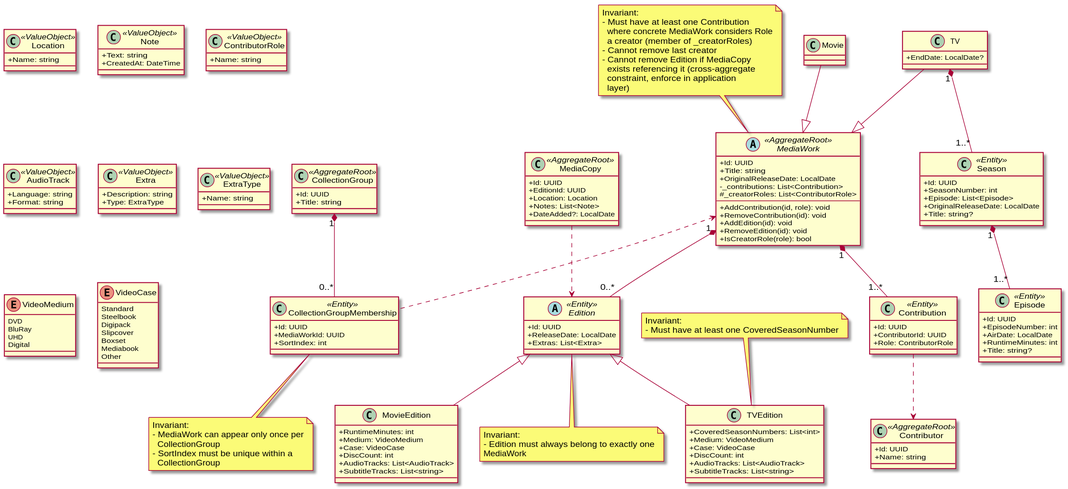
This is docs/diagrams/domain/domain-all.svg from yantue/colleq, a PlantUML export, as it was before one commit.
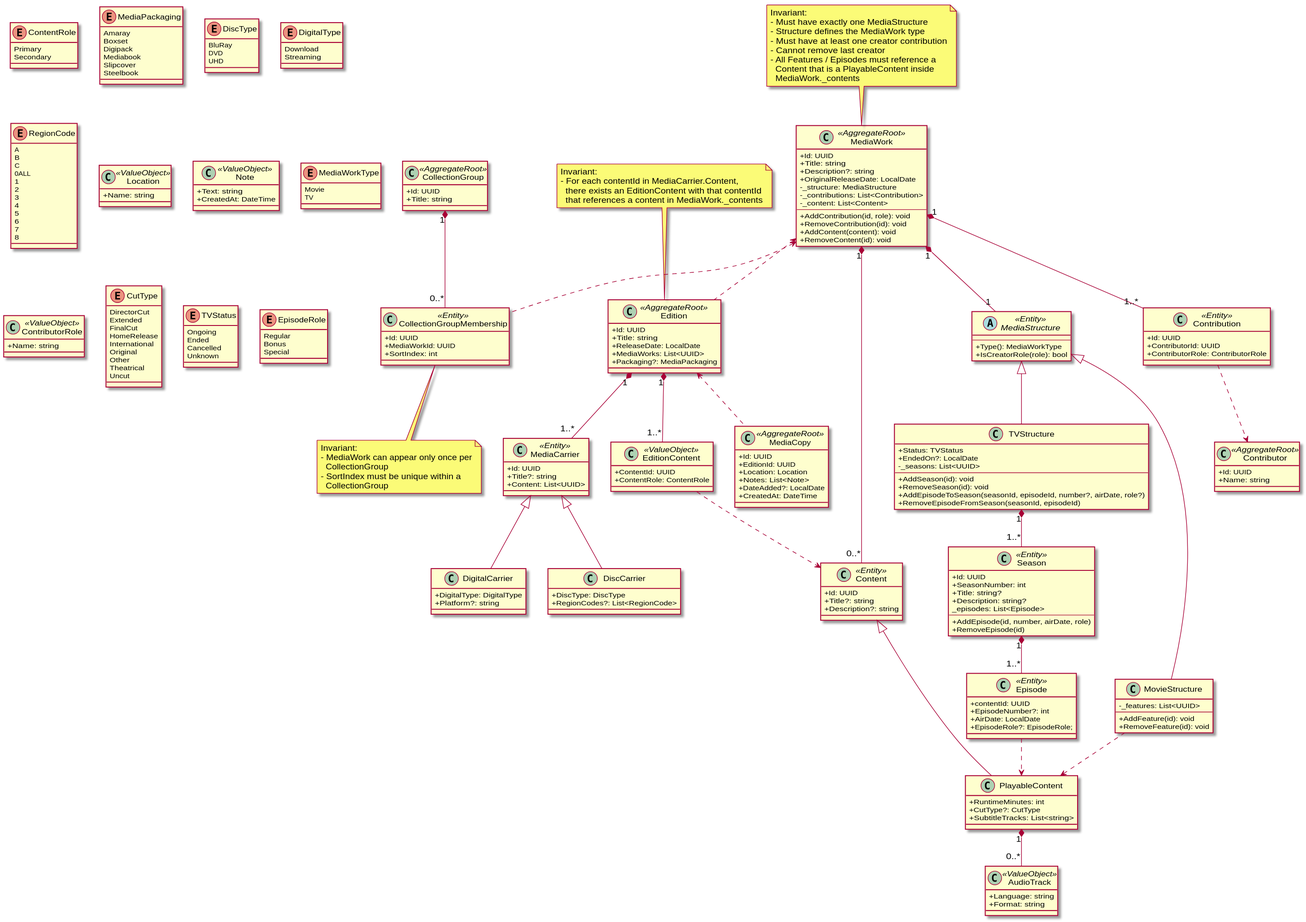
After the commit.

Commit message:
docs: Remodel domain for multiwork editions and mediacontainers (#7)

Diff of the diagram source:
```diff
@@ -24,6 +24,8 @@
 
 CollectionGroup "1" *-- "0..*" CollectionGroupMembership
 
+MediaWork <.. CollectionGroupMembership
+
 skinparam classAttributeIconSize 0
 
 class Contributor <<AggregateRoot>> {
@@ -33,12 +35,102 @@
 
 skinparam classAttributeIconSize 0
 
+class Edition <<AggregateRoot>> {
+    +Id: UUID
+    +Title: string
+    +ReleaseDate: LocalDate
+    +MediaWorks: List<UUID>
+    +Packaging?: MediaPackaging
+}
+
+note top of Edition
+Invariant:
+- For each contentId in MediaCarrier.Content,
+  there exists an EditionContent with that contentId
+  that references a content in MediaWork._contents
+end note
+
+class EditionContent <<ValueObject>> {
+    +ContentId: UUID
+    +ContentRole: ContentRole
+}
+
+Edition "1" *-- "1..*" EditionContent
+
+enum ContentRole {
+    Primary
+    Secondary
+}
+
+class MediaCarrier <<Entity>> {
+    +Id: UUID
+    +Title?: string
+    +Content: List<UUID>
+}
+
+Edition "1" *-- "1..*" MediaCarrier
+
+class DiscCarrier {
+    +DiscType: DiscType
+    +RegionCodes?: List<RegionCode>
+}
+
+MediaCarrier <|-- DiscCarrier
+
+class DigitalCarrier {
+    +DigitalType: DigitalType
+    +Platform?: string
+}
+
+MediaCarrier <|-- DigitalCarrier
+
+enum MediaPackaging {
+    Amaray
+    Boxset
+    Digipack
+    Mediabook
+    Slipcover
+    Steelbook
+}
+
+enum DiscType {
+    BluRay
+    DVD
+    UHD
+}
+
+enum DigitalType {
+    Download
+    Streaming
+}
+
+enum RegionCode {
+    A
+    B
+    C
+    0ALL
+    1
+    2
+    3
+    4
+    5
+    6
+    7
+    8
+}
+
+MediaWork <.. Edition
+EditionContent ..> Content
+
+skinparam classAttributeIconSize 0
+
 class MediaCopy <<AggregateRoot>> {
     +Id: UUID
     +EditionId: UUID
     +Location: Location
     +Notes: List<Note>
     +DateAdded?: LocalDate
+    +CreatedAt: DateTime
 }
 
 class Location <<ValueObject>> {
@@ -50,52 +142,53 @@
     +CreatedAt: DateTime
 }
 
+Edition <.. MediaCopy
+
 skinparam classAttributeIconSize 0
 
-abstract class MediaWork <<AggregateRoot>> {
+class MediaWork <<AggregateRoot>> {
     +Id: UUID
     +Title: string
+    +Description?: string
     +OriginalReleaseDate: LocalDate
+    -_structure: MediaStructure
     -_contributions: List<Contribution>
-    #_creatorRoles: List<ContributorRole>
+    -_content: List<Content>
     --
     +AddContribution(id, role): void
     +RemoveContribution(id): void
-    +AddEdition(id): void
-    +RemoveEdition(id): void
-    +IsCreatorRole(role): bool
+    +AddContent(content): void
+    +RemoveContent(id): void
 }
 
 note top of MediaWork
 Invariant:
-- Must have at least one Contribution
-  where concrete MediaWork considers Role
-  a creator (member of _creatorRoles)
+- Must have exactly one MediaStructure
+- Structure defines the MediaWork type
+- Must have at least one creator contribution
 - Cannot remove last creator
-- Cannot remove Edition if MediaCopy
-  exists referencing it (cross-aggregate
-  constraint, enforce in application
-  layer)
+- All Features / Episodes must reference a
+  Content that is a PlayableContent inside
+  MediaWork._contents
 end note
 
-abstract class Edition <<Entity>> {
-    +Id: UUID
-    +ReleaseDate: LocalDate
-    +Extras: List<Extra>
+abstract class MediaStructure <<Entity>> {
+    --
+    +Type(): MediaWorkType
+    +IsCreatorRole(role): bool
 }
 
-note bottom of Edition
-Invariant:
-- Edition must always belong to exactly one
-MediaWork
-end note
+MediaWork "1" *-- "1" MediaStructure
 
-MediaWork "1" *-- "0..*" Edition
+enum MediaWorkType {
+    Movie
+    TV
+}
 
 class Contribution <<Entity>> {
     +Id: UUID
     +ContributorId: UUID
-    +Role: ContributorRole
+    +ContributorRole: ContributorRole
 }
 
 class ContributorRole <<ValueObject>> {
@@ -104,98 +197,101 @@
 
 MediaWork "1" *-- "1..*" Contribution
 
-class Movie
+class Content <<Entity>> {
+    +Id: UUID
+    +Title?: string
+    +Description?: string
+}
 
-Movie --|> MediaWork
+MediaWork "1" *-- "0..*" Content
 
-class MovieEdition {
+class PlayableContent {
     +RuntimeMinutes: int
-    +Medium: VideoMedium
-    +Case: VideoCase
-    +DiscCount: int
-    +AudioTracks: List<AudioTrack>
+    +CutType?: CutType
     +SubtitleTracks: List<string>
 }
 
-Edition <|-- MovieEdition
-
-class TV {
-    +EndDate: LocalDate?
+enum CutType {
+    DirectorCut
+    Extended
+    FinalCut
+    HomeRelease
+    International
+    Original
+    Other
+    Theatrical
+    Uncut
 }
 
-TV --|> MediaWork
-
-class TVEdition {
-    +CoveredSeasonNumbers: List<int>
-    +Medium: VideoMedium
-    +Case: VideoCase
-    +DiscCount: int
-    +AudioTracks: List<AudioTrack>
-    +SubtitleTracks: List<string>
-}
-
-Edition <|-- TVEdition
-
-note top of TVEdition
-Invariant:
-- Must have at least one CoveredSeasonNumber
-end note
-
-class Season <<Entity>> {
-    +Id: UUID
-    +SeasonNumber: int
-    +Episode: List<Episode>
-    +OriginalReleaseDate: LocalDate
-    +Title: string?
-}
-
-class Episode <<Entity>> {
-    +Id: UUID
-    +EpisodeNumber: int
-    +AirDate: LocalDate
-    +RuntimeMinutes: int
-    +Title: string?
-}
-
-Season "1" *-- "1..*" Episode
-TV "1" *-- "1..*" Season
+Content <|-- PlayableContent
 
 class AudioTrack <<ValueObject>> {
     +Language: string
     +Format: string
 }
 
-class Extra <<ValueObject>> {
-    +Description: string
-    +Type: ExtraType
+PlayableContent "1" *-- "0..*" AudioTrack
+
+class MovieStructure {
+    -_features: List<UUID>
+    --
+    +AddFeature(id): void
+    +RemoveFeature(id): void
 }
 
-class ExtraType <<ValueObject>> {
-    +Name: string
+MediaStructure <|-- MovieStructure
+MovieStructure ..> PlayableContent
+
+class TVStructure {
+    +Status: TVStatus
+    +EndedOn?: LocalDate
+    -_seasons: List<UUID>
+    --
+    +AddSeason(id): void
+    +RemoveSeason(id): void
+    +AddEpisodeToSeason(seasonId, episodeId, number?, airDate, role?)
+    +RemoveEpisodeFromSeason(seasonId, episodeId)
 }
 
-enum VideoMedium {
-    DVD
-    BluRay
-    UHD
-    Digital
+MediaStructure <|-- TVStructure
+
+enum TVStatus {
+    Ongoing
+    Ended
+    Cancelled
+    Unknown
 }
 
-enum VideoCase {
-    Standard
-    Steelbook
-    Digipack
-    Slipcover
-    Boxset
-    Mediabook
-    Other
+class Season <<Entity>> {
+    +Id: UUID
+    +SeasonNumber: int
+    +Title: string?
+    +Description: string?
+    _episodes: List<Episode>
+    --
+    +AddEpisode(id, number, airDate, role)
+    +RemoveEpisode(id)
 }
 
+TVStructure "1" *-- "1..*" Season
+
+class Episode <<Entity>> {
+    +contentId: UUID
+    +EpisodeNumber?: int
+    +AirDate: LocalDate
+    +EpisodeRole?: EpisodeRole;
+}
+
+Season "1" *-- "1..*" Episode
+Episode ..> PlayableContent
+
+enum EpisodeRole {
+    Regular
+    Bonus
+    Special
+}
 
 Contribution ..> Contributor
 
-MediaWork <.. CollectionGroupMembership
-
-MediaCopy ..> Edition
 
 @enduml
```
